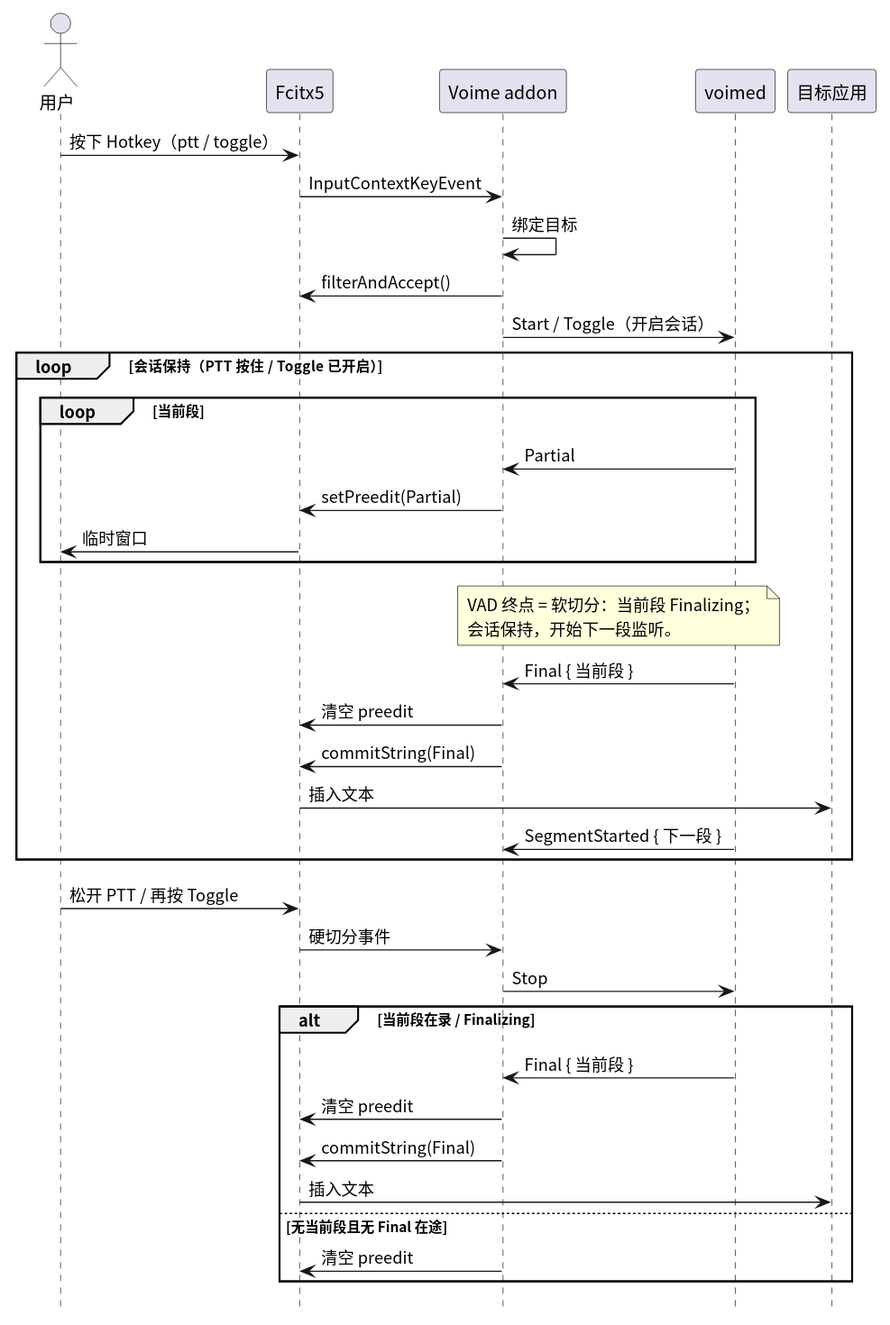
This is frontends/fcitx/diagram/ptt-toggle.svg from 54m43lJ/voime, a PlantUML export, as it was before one commit.
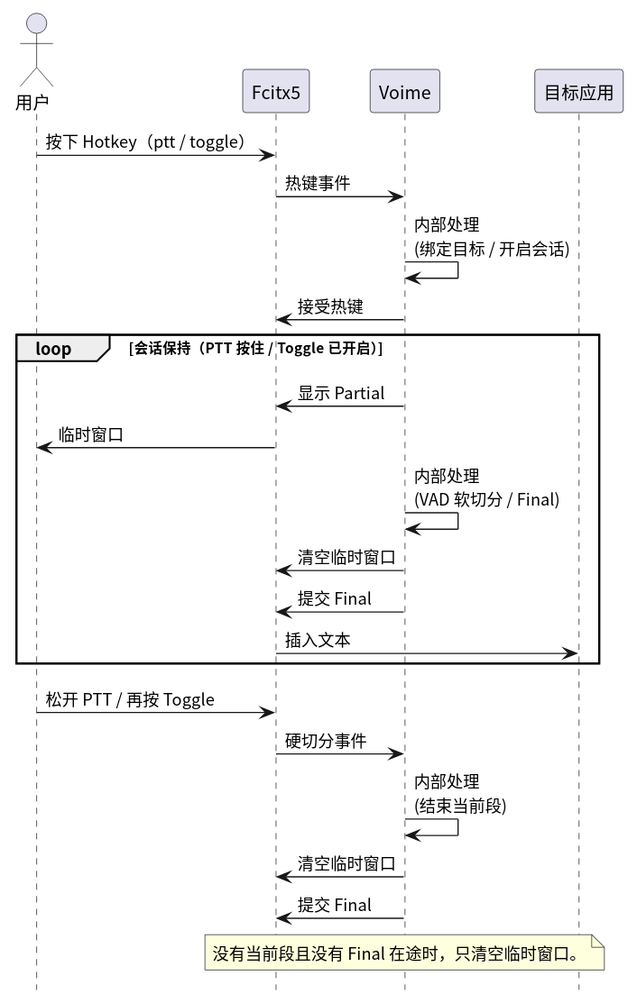
Later version of the same file.

Change to the diagram source:
```diff
@@ -5,45 +5,30 @@
 
 actor "用户" as User
 participant "Fcitx5" as Fcitx
-participant "Voime addon" as Addon
-participant "voimed" as Daemon
+participant "Voime" as Voime
 participant "目标应用" as App
 
 User -> Fcitx : 按下 Hotkey（ptt / toggle）
-Fcitx -> Addon : InputContextKeyEvent
-Addon -> Addon : 绑定目标
-Addon -> Fcitx : filterAndAccept()
-Addon -> Daemon : Start / Toggle（开启会话）
+Fcitx -> Voime : 热键事件
+Voime -> Voime : 内部处理\n(绑定目标 / 开启会话)
+Voime -> Fcitx : 接受热键
 
 loop 会话保持（PTT 按住 / Toggle 已开启）
-  loop 当前段
-    Daemon -> Addon : Partial
-    Addon -> Fcitx : setPreedit(Partial)
-    Fcitx -> User : 临时窗口
-  end
-
-  note over Addon, Daemon
-    VAD 终点 = 软切分：当前段 Finalizing；
-    会话保持，开始下一段监听。
-  end note
-
-  Daemon -> Addon : Final { 当前段 }
-  Addon -> Fcitx : 清空 preedit
-  Addon -> Fcitx : commitString(Final)
+  Voime -> Fcitx : 显示 Partial
+  Fcitx -> User : 临时窗口
+  Voime -> Voime : 内部处理\n(VAD 软切分 / Final)
+  Voime -> Fcitx : 清空临时窗口
+  Voime -> Fcitx : 提交 Final
   Fcitx -> App : 插入文本
-  Daemon -> Addon : SegmentStarted { 下一段 }
 end
 
 User -> Fcitx : 松开 PTT / 再按 Toggle
-Fcitx -> Addon : 硬切分事件
-Addon -> Daemon : Stop
+Fcitx -> Voime : 硬切分事件
+Voime -> Voime : 内部处理\n(结束当前段)
+Voime -> Fcitx : 清空临时窗口
+Voime -> Fcitx : 提交 Final
 
-alt 当前段在录 / Finalizing
-  Daemon -> Addon : Final { 当前段 }
-  Addon -> Fcitx : 清空 preedit
-  Addon -> Fcitx : commitString(Final)
-  Fcitx -> App : 插入文本
-else 无当前段且无 Final 在途
-  Addon -> Fcitx : 清空 preedit
-end
+note over Voime
+  没有当前段且没有 Final 在途时，只清空临时窗口。
+end note
 @enduml
```
